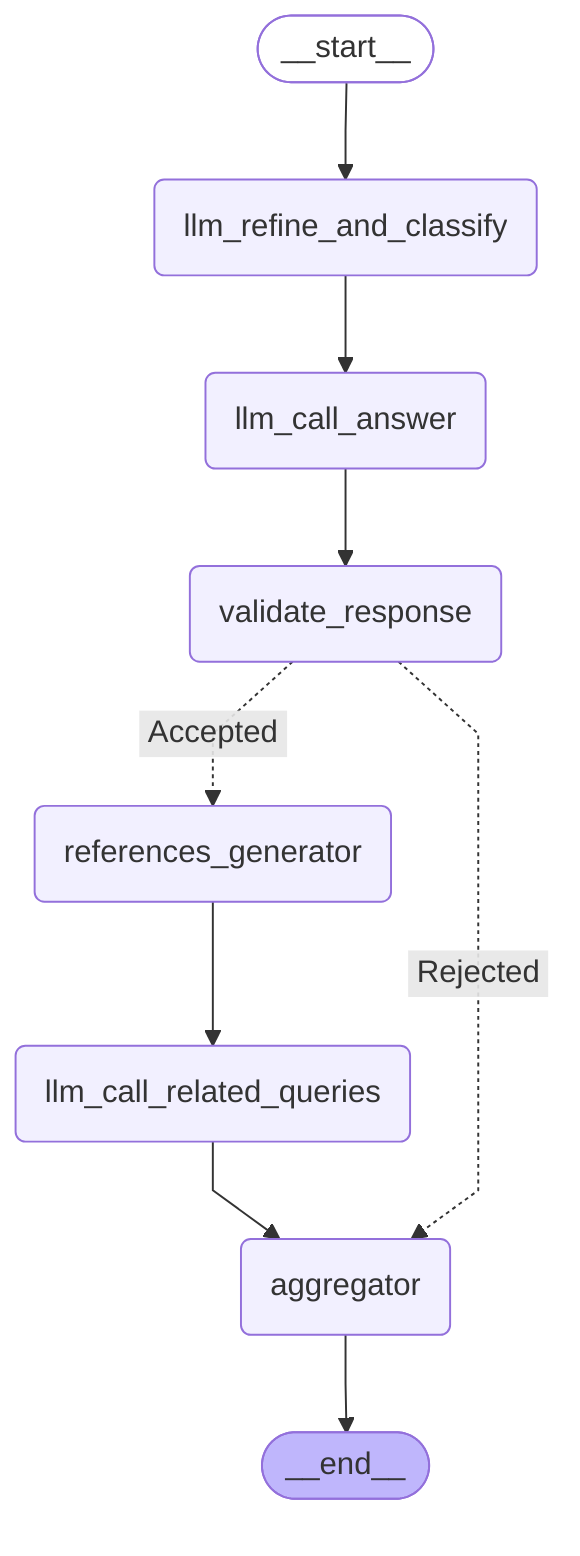
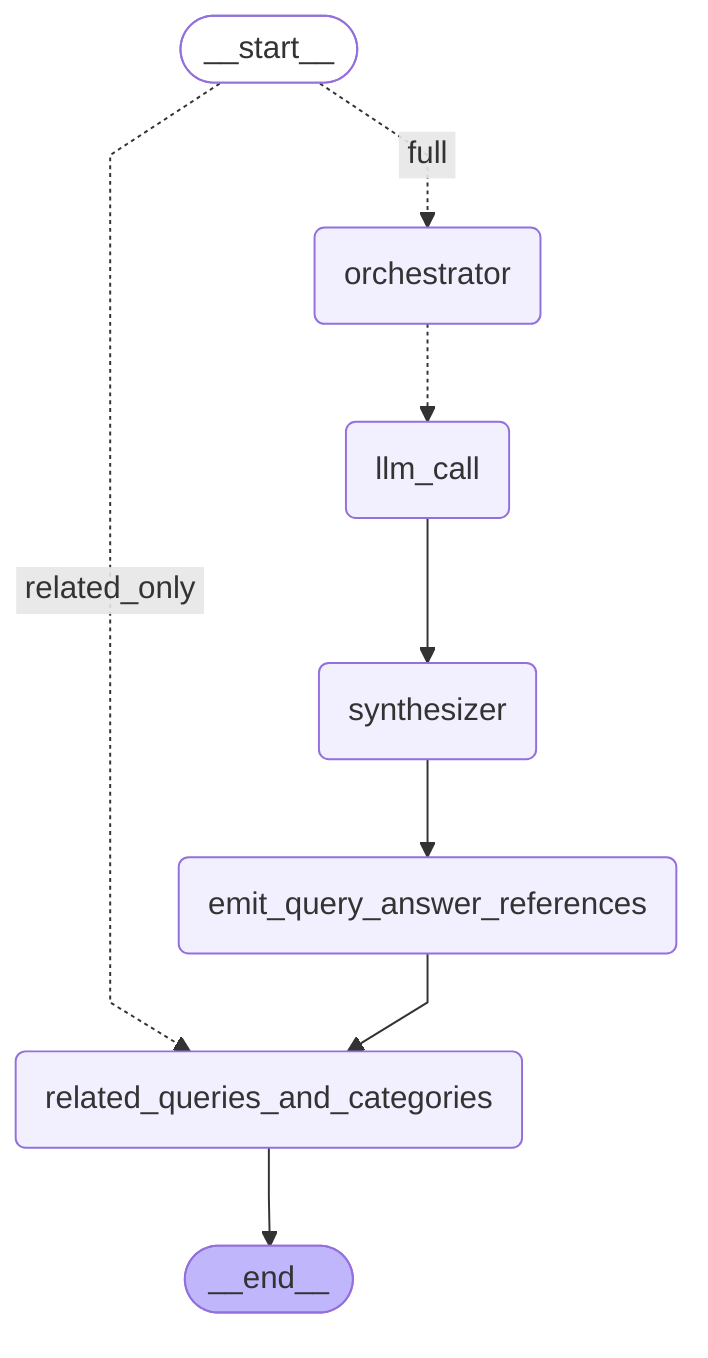
---
config:
  flowchart:
    curve: linear
---
graph TD;
	__start__([<p>__start__</p>]):::first
- 	llm_call_answer(llm_call_answer)
- 	validate_response(validate_response)
- 	llm_refine_and_classify(llm_refine_and_classify)
- 	aggregator(aggregator)
- 	references_generator(references_generator)
- 	llm_call_related_queries(llm_call_related_queries)
+ 	orchestrator(orchestrator)
+ 	llm_call(llm_call)
+ 	synthesizer(synthesizer)
+ 	emit_query_answer_references(emit_query_answer_references)
+ 	related_queries_and_categories(related_queries_and_categories)
	__end__([<p>__end__</p>]):::last
- 	__start__ --> llm_refine_and_classify;
- 	llm_call_answer --> validate_response;
- 	llm_call_related_queries --> aggregator;
- 	llm_refine_and_classify --> llm_call_answer;
- 	references_generator --> llm_call_related_queries;
- 	validate_response -. &nbsp;Rejected&nbsp; .-> aggregator;
- 	validate_response -. &nbsp;Accepted&nbsp; .-> references_generator;
- 	aggregator --> __end__;
+ 	__start__ -. &nbsp;full&nbsp; .-> orchestrator;
+ 	__start__ -. &nbsp;related_only&nbsp; .-> related_queries_and_categories;
+ 	emit_query_answer_references --> related_queries_and_categories;
+ 	llm_call --> synthesizer;
+ 	orchestrator -.-> llm_call;
+ 	synthesizer --> emit_query_answer_references;
+ 	related_queries_and_categories --> __end__;
	classDef default fill:#f2f0ff,line-height:1.2
	classDef first fill-opacity:0
	classDef last fill:#bfb6fc
